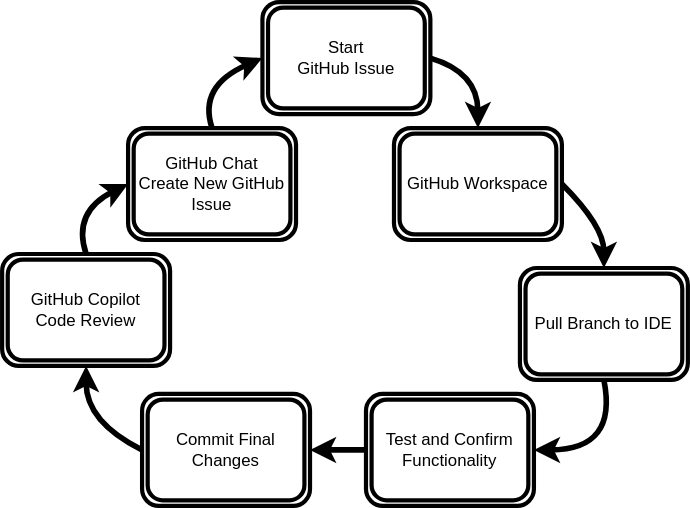
The draw.io diagram slides/img/speevel.drawio.svg in jmgress/futureofswe, before a commit. Source tidied: cells renumbered, new cells last; positions are measured from the earlier drawing's top-left corner, leaving out a move shared by most shapes.
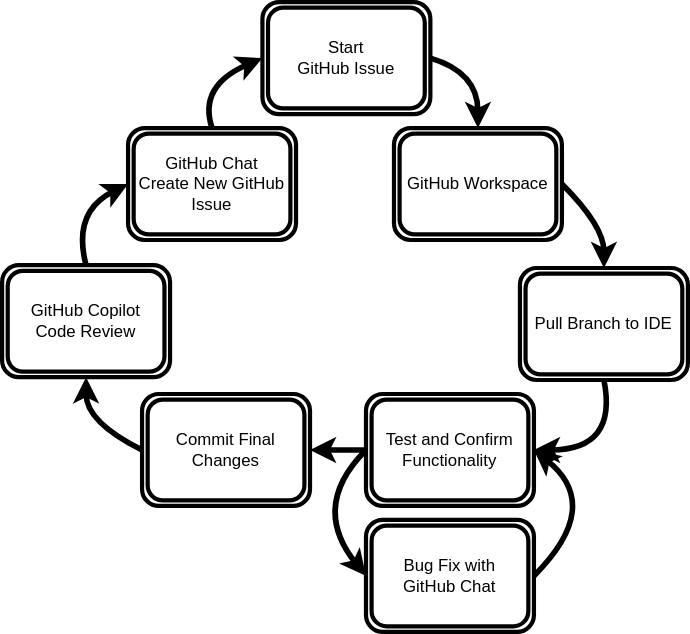
Later version of the same file.

Commit message:
Update presentation slides for "Future of Software Engineering" and enhance SVG diagram with additional content

- Enabled Marp for presentation rendering
- Updated footer to remove draft status
- Added historical context for AI advancements from 2022 to 2025
- Revised quotes from industry leaders to reflect current insights
- Enhanced SVG diagram to include "Bug Fix with GitHub Chat" section
- Adjusted layout and positioning of elements in the SVG for better clarity

Change to the diagram source:
```diff
@@ -15,7 +15,7 @@
       <mxGeometry x="260" y="280" width="120" height="80" as="geometry" />
     </mxCell>
     <mxCell id="6" value="GitHub Copilot&lt;div&gt;Code Review&lt;/div&gt;" style="shape=ext;double=1;rounded=1;whiteSpace=wrap;html=1;strokeWidth=3;" parent="1" vertex="1">
-      <mxGeometry y="180" width="120" height="80" as="geometry" />
+      <mxGeometry y="188" width="120" height="80" as="geometry" />
     </mxCell>
     <mxCell id="7" value="Commit Final Changes" style="shape=ext;double=1;rounded=1;whiteSpace=wrap;html=1;strokeWidth=3;" parent="1" vertex="1">
       <mxGeometry x="100" y="280" width="120" height="80" as="geometry" />
@@ -68,5 +68,22 @@
         </Array>
       </mxGeometry>
     </mxCell>
+    <mxCell id="16" value="Bug Fix with&lt;div&gt;GitHub Chat&lt;/div&gt;" style="shape=ext;double=1;rounded=1;whiteSpace=wrap;html=1;strokeWidth=3;" parent="1" vertex="1">
+      <mxGeometry x="260" y="370" width="120" height="80" as="geometry" />
+    </mxCell>
+    <mxCell id="17" style="curved=1;endArrow=classic;html=1;exitX=0;exitY=0.5;exitDx=0;exitDy=0;entryX=0;entryY=0.5;entryDx=0;entryDy=0;strokeWidth=4;" parent="1" edge="1" source="5" target="16">
+      <mxGeometry relative="1" as="geometry">
+        <Array as="points">
+          <mxPoint x="220" y="360" />
+        </Array>
+      </mxGeometry>
+    </mxCell>
+    <mxCell id="18" style="curved=1;endArrow=classic;html=1;exitX=1;exitY=0.5;exitDx=0;exitDy=0;entryX=1;entryY=0.5;entryDx=0;entryDy=0;strokeWidth=4;" parent="1" edge="1" source="16" target="5">
+      <mxGeometry relative="1" as="geometry">
+        <Array as="points">
+          <mxPoint x="430" y="360" />
+        </Array>
+      </mxGeometry>
+    </mxCell>
   </root>
 </mxGraphModel>
```
